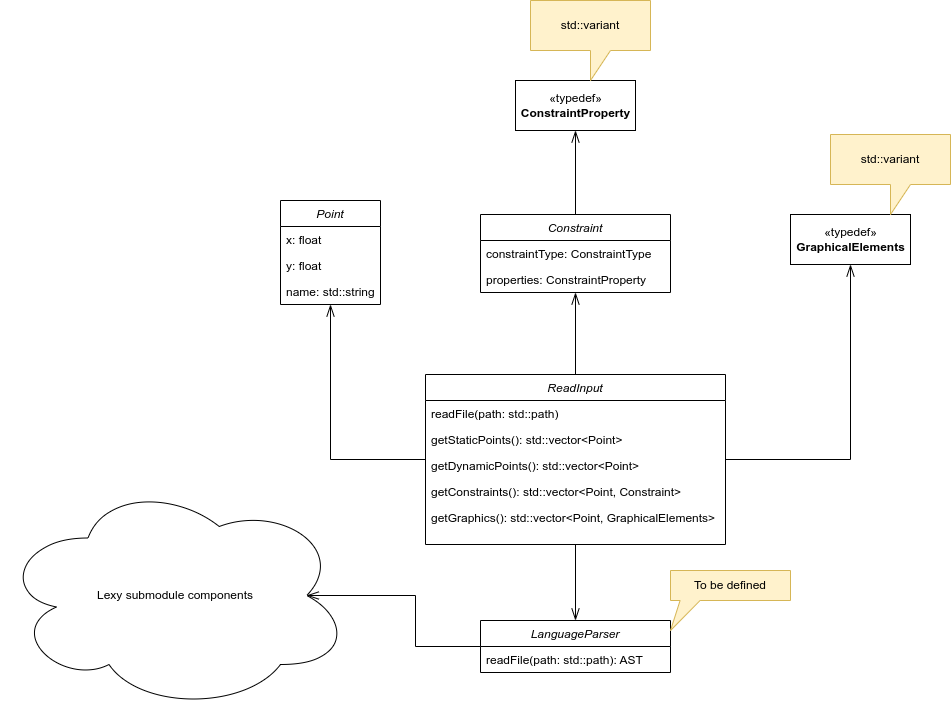
Above: design/diagrams/input reader class diagram.png in EmmanuelMess/ConstraintBasedSimulator (draw.io), before the change. Source tidied: cells renumbered, new cells last; positions are measured from the earlier drawing's top-left corner, leaving out a move shared by most shapes.
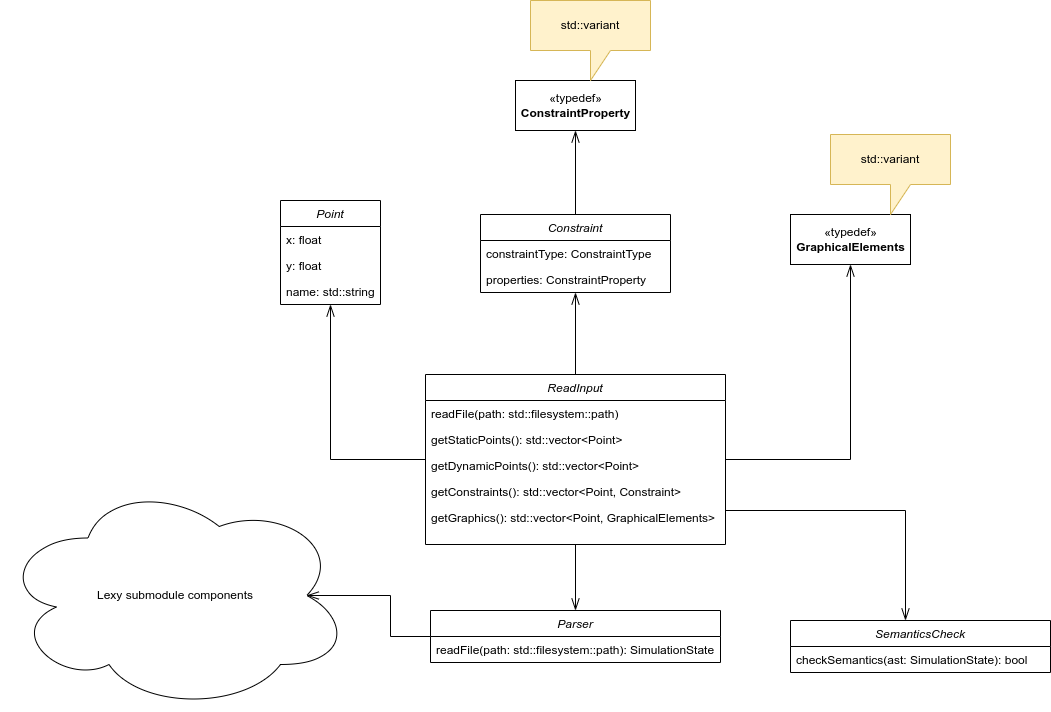
Later version of the same file.

Commit message:
Separate parser into components and check semantics

The edit, as a diff of the source:
```diff
@@ -17,7 +17,7 @@
     <mxCell id="6" value="ReadInput" style="swimlane;fontStyle=2;align=center;verticalAlign=top;horizontal=1;startSize=26;rounded=0;shadow=0;strokeWidth=1;" parent="1" vertex="1">
       <mxGeometry x="425" y="374" width="300" height="170" as="geometry" />
     </mxCell>
-    <mxCell id="7" value="readFile(path: std::path)" style="text;align=left;verticalAlign=top;spacingLeft=4;spacingRight=4;overflow=hidden;" parent="6" vertex="1">
+    <mxCell id="7" value="readFile(path: std::filesystem::path)" style="text;align=left;verticalAlign=top;spacingLeft=4;spacingRight=4;overflow=hidden;" parent="6" vertex="1">
       <mxGeometry y="26" width="300" height="26" as="geometry" />
     </mxCell>
     <mxCell id="8" value="getStaticPoints(): std::vector&lt;Point&gt;" style="text;align=left;verticalAlign=top;spacingLeft=4;spacingRight=4;overflow=hidden;rounded=0;shadow=0;html=0;" parent="6" vertex="1">
@@ -74,14 +74,24 @@
     <mxCell id="25" style="edgeStyle=orthogonalEdgeStyle;rounded=0;jettySize=auto;html=1;endArrow=openThin;endFill=0;endSize=10;entryX=0.875;entryY=0.5;entryDx=0;entryDy=0;entryPerimeter=0;" parent="1" edge="1" source="26" target="24">
       <mxGeometry relative="1" as="geometry" />
     </mxCell>
-    <mxCell id="26" value="LanguageParser" style="swimlane;fontStyle=2;align=center;verticalAlign=top;horizontal=1;startSize=26;rounded=0;shadow=0;strokeWidth=1;" parent="1" vertex="1">
-      <mxGeometry x="480" y="620" width="190" height="52" as="geometry" />
+    <mxCell id="26" value="Parser" style="swimlane;fontStyle=2;align=center;verticalAlign=top;horizontal=1;startSize=26;rounded=0;shadow=0;strokeWidth=1;" parent="1" vertex="1">
+      <mxGeometry x="430" y="610" width="290" height="52" as="geometry" />
     </mxCell>
-    <mxCell id="27" value="readFile(path: std::path): AST" style="text;align=left;verticalAlign=top;spacingLeft=4;spacingRight=4;overflow=hidden;rounded=0;shadow=0;html=0;" parent="26" vertex="1">
-      <mxGeometry y="26" width="190" height="26" as="geometry" />
+    <mxCell id="27" value="readFile(path: std::filesystem::path): SimulationState" style="text;align=left;verticalAlign=top;spacingLeft=4;spacingRight=4;overflow=hidden;rounded=0;shadow=0;html=0;" parent="26" vertex="1">
+      <mxGeometry y="26" width="290" height="26" as="geometry" />
     </mxCell>
-    <mxCell id="28" value="To be defined" style="shape=callout;whiteSpace=wrap;html=1;perimeter=calloutPerimeter;fillColor=#fff2cc;strokeColor=#d6b656;position2=0;size=30;position=0.08;" parent="1" vertex="1">
-      <mxGeometry x="670" y="570" width="120" height="60" as="geometry" />
-    </mxCell>
+    <mxCell id="29" value="SemanticsCheck" style="swimlane;fontStyle=2;align=center;verticalAlign=top;horizontal=1;startSize=26;rounded=0;shadow=0;strokeWidth=1;" parent="1" vertex="1">
+      <mxGeometry x="790" y="620" width="260" height="52" as="geometry" />
+    </mxCell>
+    <mxCell id="30" value="checkSemantics(ast: SimulationState): bool" style="text;align=left;verticalAlign=top;spacingLeft=4;spacingRight=4;overflow=hidden;rounded=0;shadow=0;html=0;" parent="29" vertex="1">
+      <mxGeometry y="26" width="260" height="26" as="geometry" />
+    </mxCell>
+    <mxCell id="31" style="edgeStyle=orthogonalEdgeStyle;rounded=0;jettySize=auto;html=1;endArrow=openThin;endFill=0;endSize=10;" parent="1" edge="1" source="6" target="29">
+      <mxGeometry relative="1" as="geometry">
+        <Array as="points">
+          <mxPoint x="905" y="510" />
+        </Array>
+      </mxGeometry>
+    </mxCell>
   </root>
 </mxGraphModel>
```
